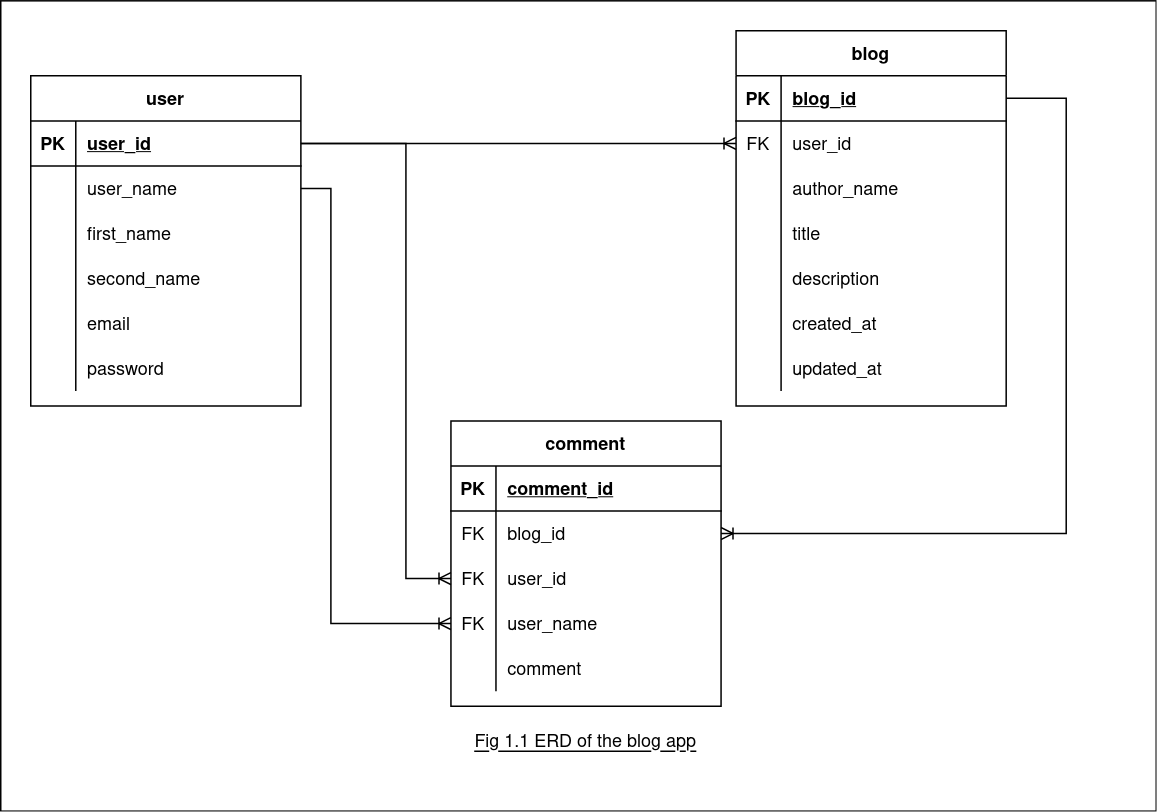
Earlier version of the draw.io export erd_blog_app_fig_1_1.png (rodanr/nestjs-blog-rest-app). Source tidied: cells renumbered, new cells last; positions are measured from the earlier drawing's top-left corner, leaving out a move shared by most shapes.
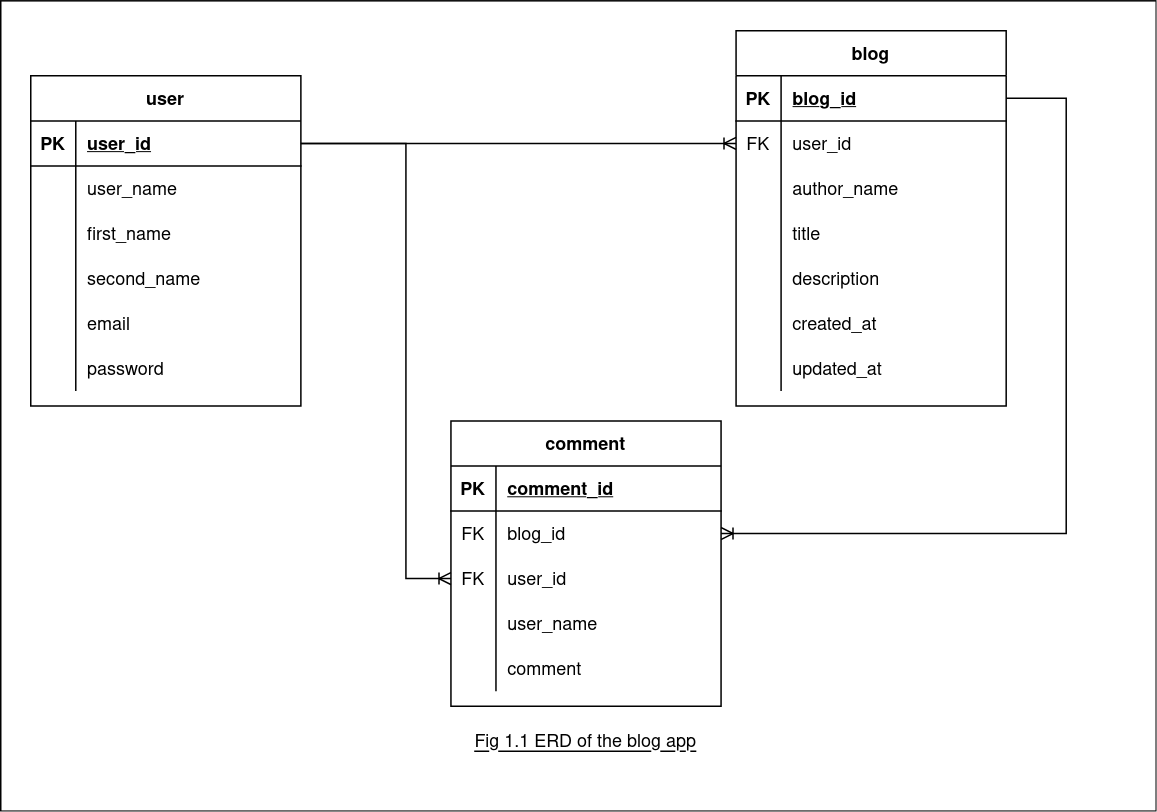
The same diagram one commit later.

Commit message:
updated the schema diagram as implemented inside the code base

Diff of the diagram source:
```diff
@@ -175,7 +175,7 @@
     <mxCell id="57" style="shape=tableRow;horizontal=0;startSize=0;swimlaneHead=0;swimlaneBody=0;fillColor=none;points=[[0,0.5],[1,0.5]];portConstraint=eastwest;top=0;left=0;right=0;bottom=0;" parent="47" vertex="1">
       <mxGeometry y="120" width="180" height="30" as="geometry" />
     </mxCell>
-    <mxCell id="58" value="FK" style="shape=partialRectangle;fillColor=none;top=0;left=0;bottom=0;right=0;overflow=hidden;" parent="57" vertex="1">
+    <mxCell id="58" style="shape=partialRectangle;fillColor=none;top=0;left=0;bottom=0;right=0;overflow=hidden;" parent="57" vertex="1">
       <mxGeometry width="30" height="30" as="geometry" />
     </mxCell>
     <mxCell id="59" value="user_name" style="shape=partialRectangle;fillColor=none;top=0;left=0;bottom=0;right=0;align=left;spacingLeft=6;overflow=hidden;" parent="57" vertex="1">
@@ -198,13 +198,5 @@
         </Array>
       </mxGeometry>
     </mxCell>
-    <mxCell id="64" style="edgeStyle=orthogonalEdgeStyle;fontSize=12;html=1;endArrow=ERoneToMany;rounded=0;exitX=1;exitY=0.5;exitDx=0;exitDy=0;entryX=0;entryY=0.5;entryDx=0;entryDy=0;" parent="1" edge="1" source="7" target="57">
-      <mxGeometry relative="1" as="geometry">
-        <Array as="points">
-          <mxPoint x="220" y="125" />
-          <mxPoint x="220" y="415" />
-        </Array>
-      </mxGeometry>
-    </mxCell>
   </root>
 </mxGraphModel>
```
